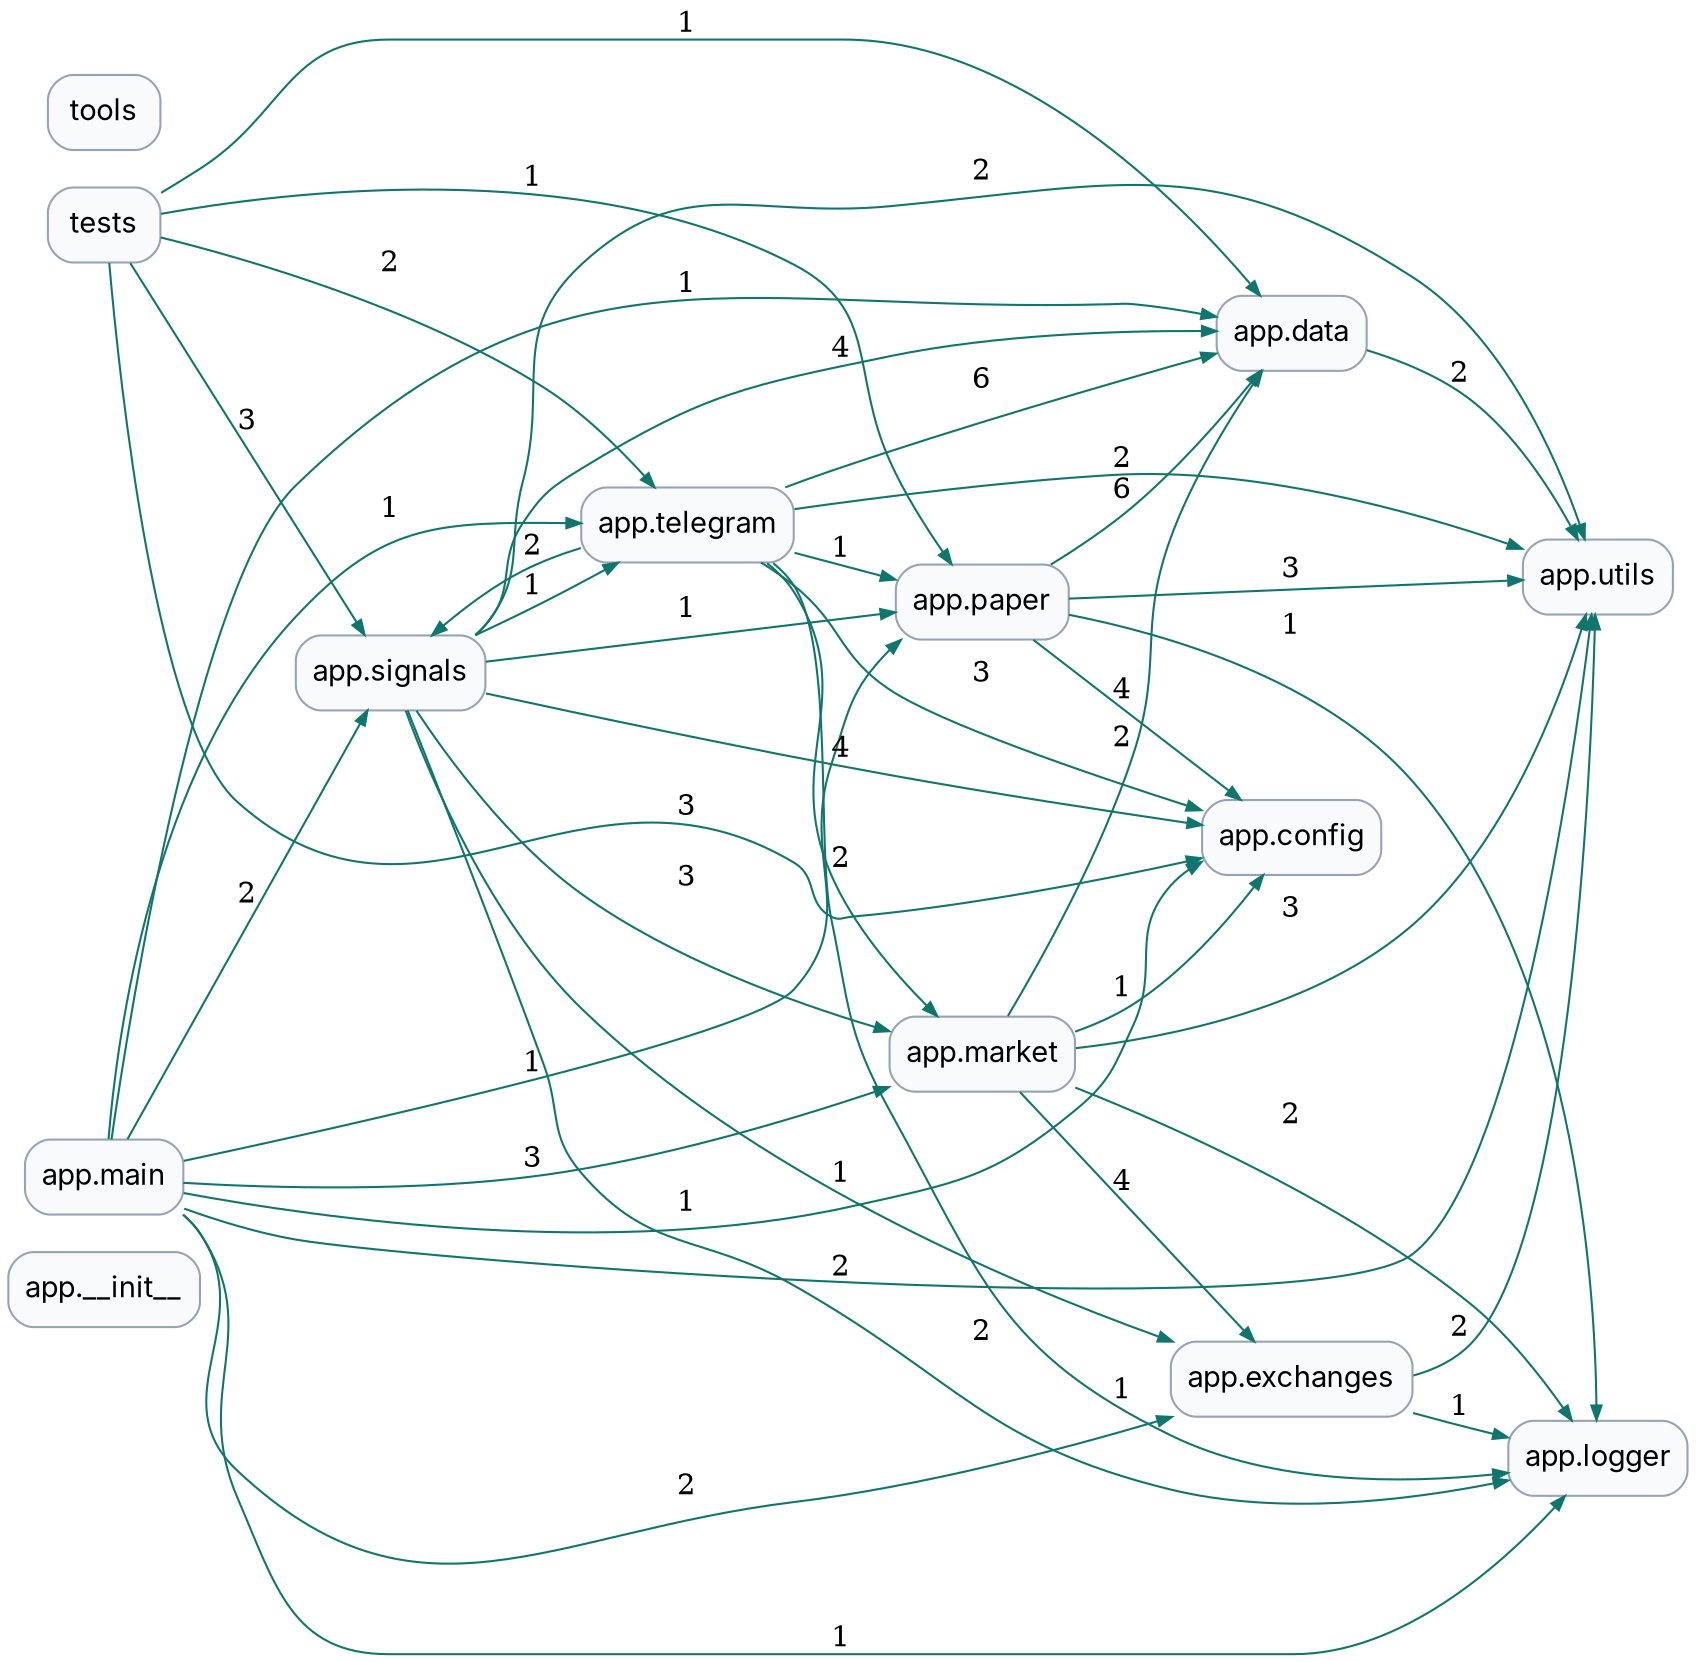
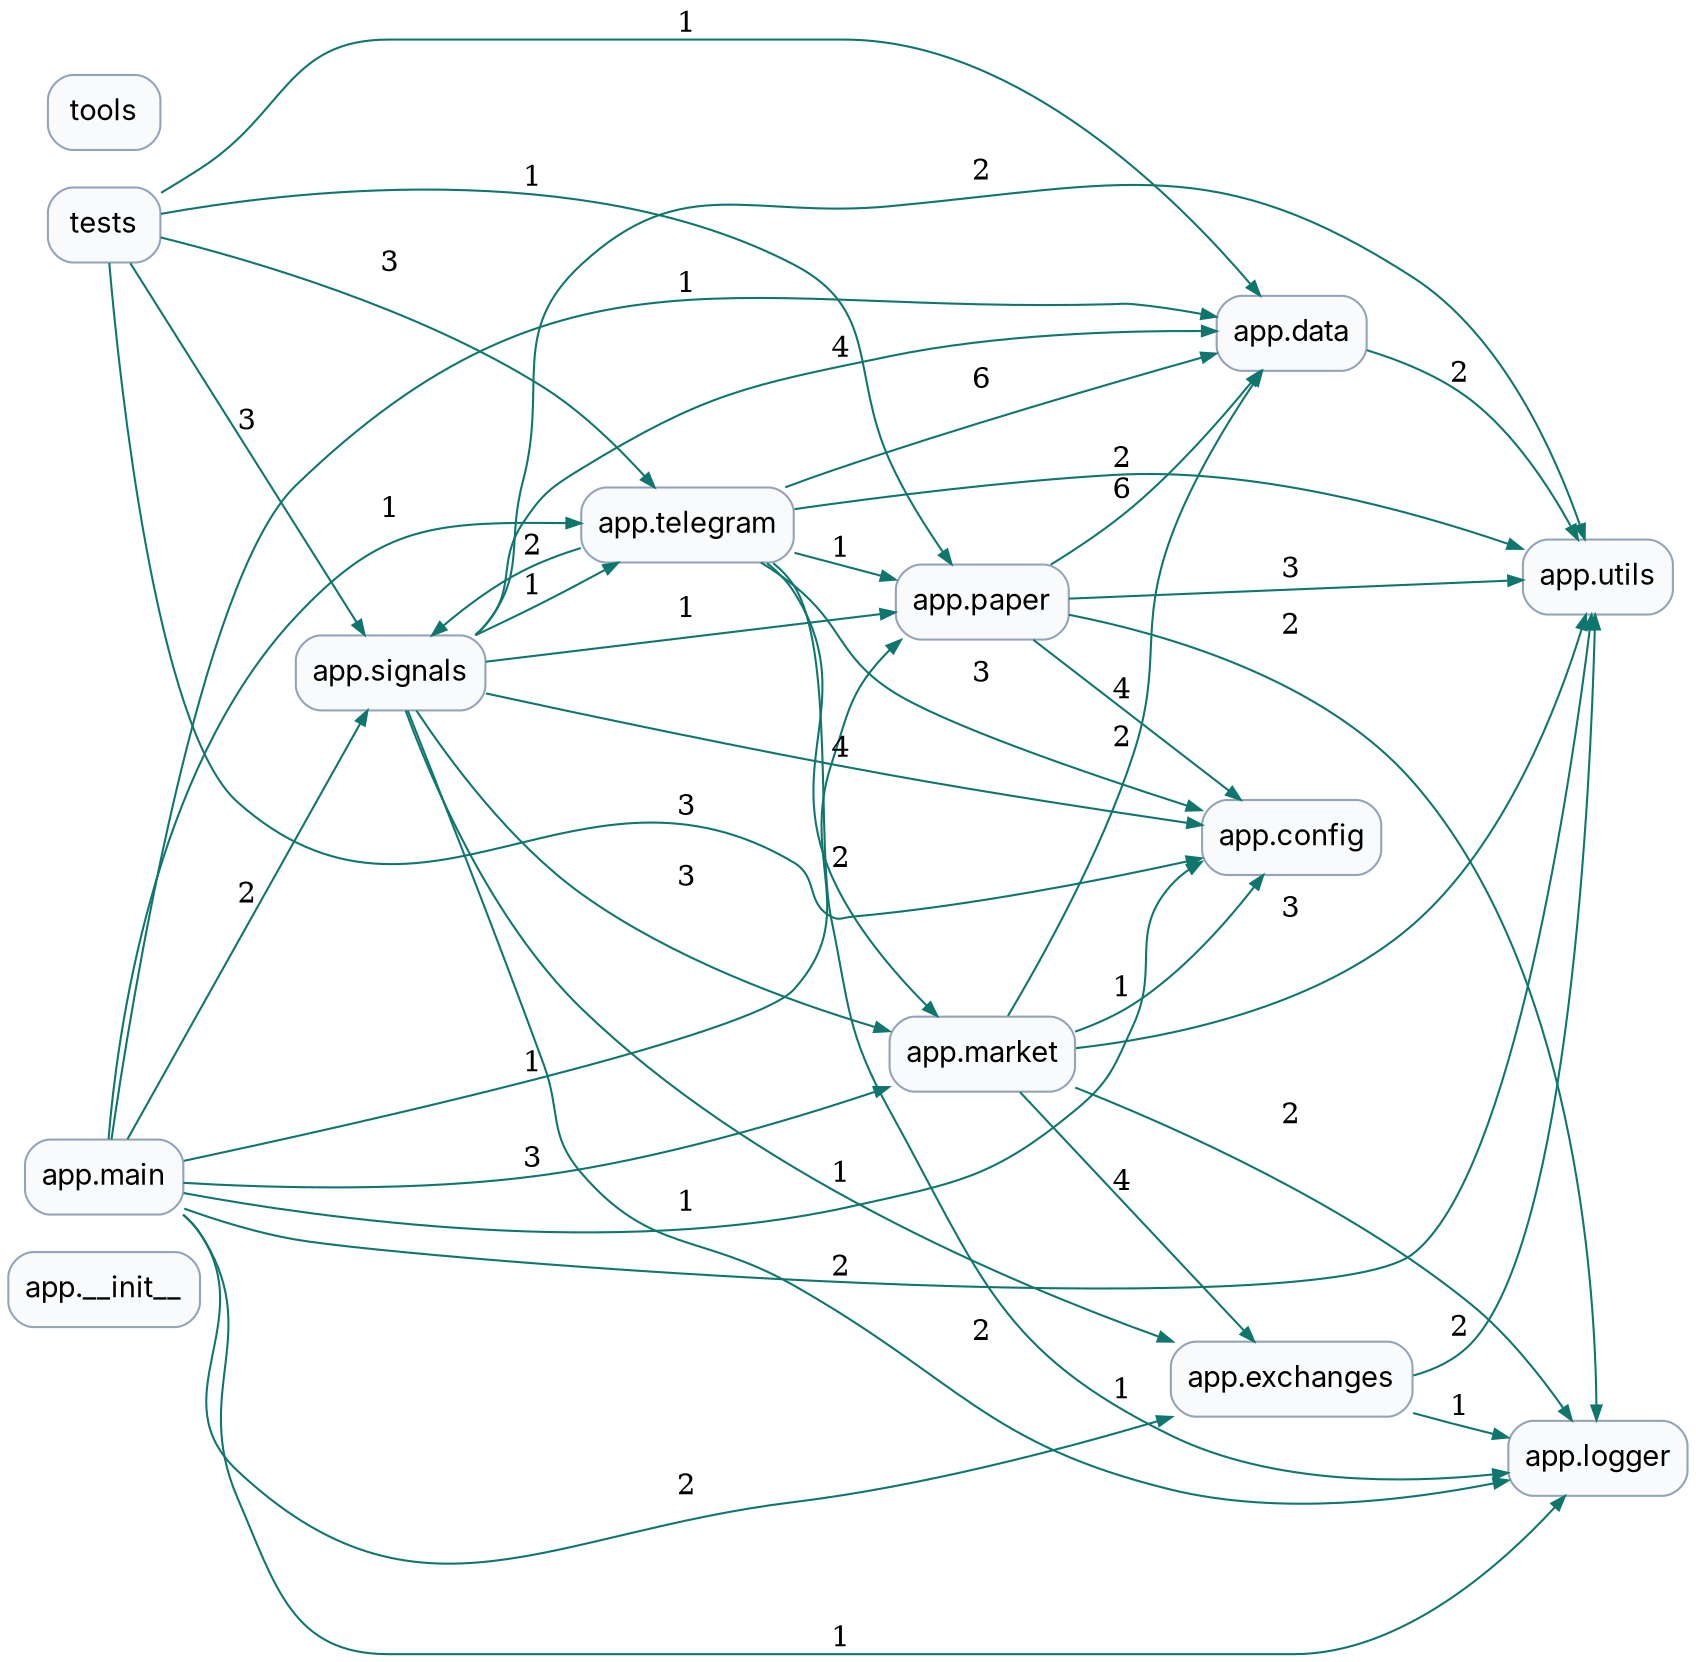
digraph dependencies {
  graph [rankdir=LR, bgcolor="white", splines=true];
  node [shape=box, style="rounded,filled", fillcolor="#f8fafc", color="#94a3b8", fontname="Inter"];
  edge [color="#0f766e", arrowsize=0.7];
  "app.__init__";
  "app.config";
  "app.data";
  "app.exchanges";
  "app.logger";
  "app.main";
  "app.market";
  "app.paper";
  "app.signals";
  "app.telegram";
  "app.utils";
  "tests";
  "tools";
  "app.data" -> "app.utils" [label="2"];
  "app.exchanges" -> "app.logger" [label="1"];
  "app.exchanges" -> "app.utils" [label="2"];
  "app.main" -> "app.config" [label="1"];
  "app.main" -> "app.data" [label="1"];
  "app.main" -> "app.exchanges" [label="2"];
  "app.main" -> "app.logger" [label="1"];
  "app.main" -> "app.market" [label="3"];
  "app.main" -> "app.paper" [label="1"];
  "app.main" -> "app.signals" [label="2"];
  "app.main" -> "app.telegram" [label="1"];
  "app.main" -> "app.utils" [label="2"];
  "app.market" -> "app.config" [label="1"];
  "app.market" -> "app.data" [label="2"];
  "app.market" -> "app.exchanges" [label="4"];
  "app.market" -> "app.logger" [label="2"];
  "app.market" -> "app.utils" [label="3"];
  "app.paper" -> "app.config" [label="4"];
  "app.paper" -> "app.data" [label="6"];
-   "app.paper" -> "app.logger" [label="1"];
+   "app.paper" -> "app.logger" [label="2"];
  "app.paper" -> "app.utils" [label="3"];
  "app.signals" -> "app.config" [label="4"];
  "app.signals" -> "app.data" [label="4"];
  "app.signals" -> "app.exchanges" [label="1"];
  "app.signals" -> "app.logger" [label="2"];
  "app.signals" -> "app.market" [label="3"];
  "app.signals" -> "app.paper" [label="1"];
  "app.signals" -> "app.telegram" [label="1"];
  "app.signals" -> "app.utils" [label="2"];
  "app.telegram" -> "app.config" [label="3"];
  "app.telegram" -> "app.data" [label="6"];
  "app.telegram" -> "app.logger" [label="1"];
  "app.telegram" -> "app.market" [label="2"];
  "app.telegram" -> "app.paper" [label="1"];
  "app.telegram" -> "app.signals" [label="2"];
  "app.telegram" -> "app.utils" [label="2"];
  "tests" -> "app.config" [label="3"];
  "tests" -> "app.data" [label="1"];
  "tests" -> "app.paper" [label="1"];
  "tests" -> "app.signals" [label="3"];
-   "tests" -> "app.telegram" [label="2"];
+   "tests" -> "app.telegram" [label="3"];
}
